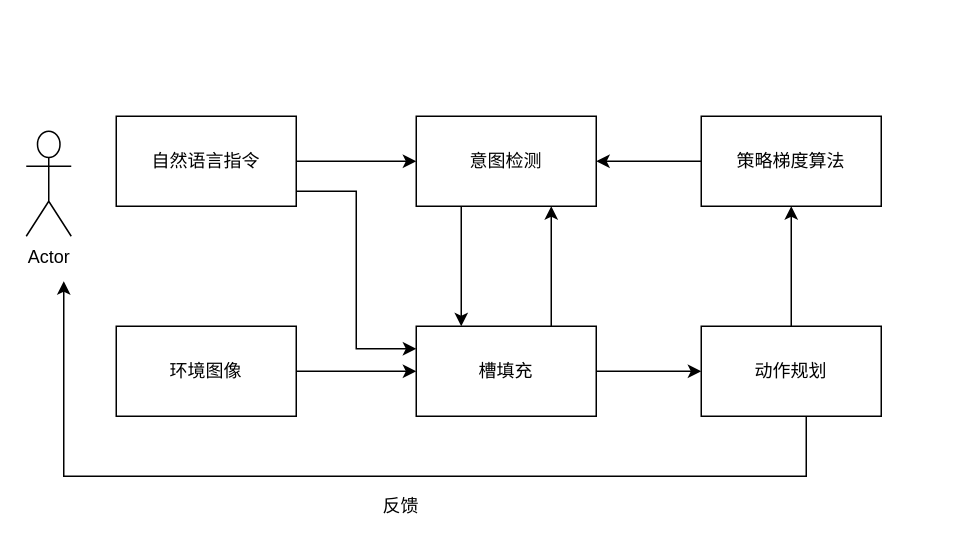
The draw.io diagram 项目流程图.drawio in jeave/-, before the edit. Source tidied: cells renumbered, new cells numbered last; positions are measured from the earlier drawing's top-left corner, leaving out a move shared by most shapes. Both pictures are drawn from the tidied source at 150%, with x=0, y=0 at pixel (26, 116).
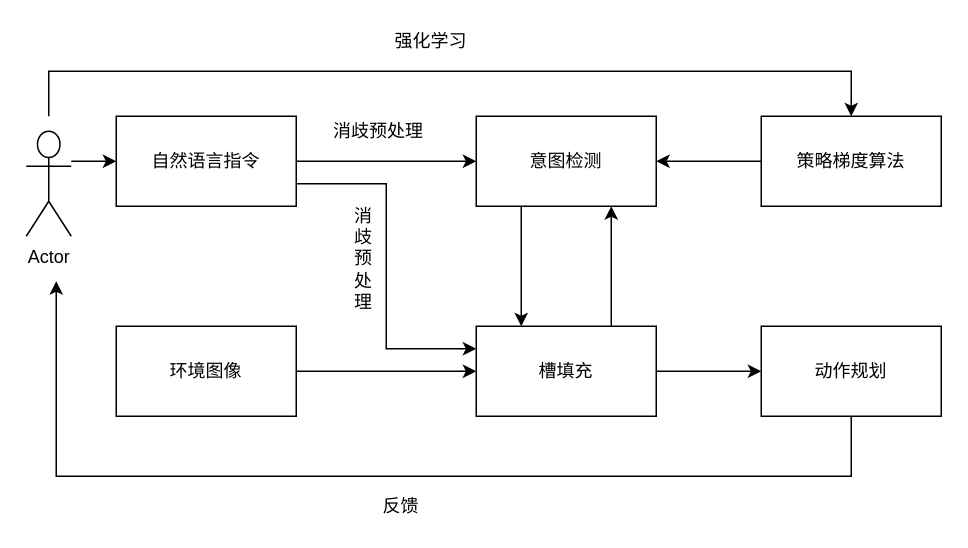
The same page after the edit.

Commit message:
更新项目流程图.drawio

The change refers to these unchanged cells:
```xml
<mxCell id="2" value="Actor" style="shape=umlActor;verticalLabelPosition=bottom;labelBackgroundColor=#ffffff;verticalAlign=top;html=1;" parent="1" vertex="1">
  <mxGeometry y="10" width="30" height="70" as="geometry" />
</mxCell>
<mxCell id="5" value="自然语言指令" style="rounded=0;whiteSpace=wrap;html=1;" parent="1" vertex="1">
  <mxGeometry x="60" width="120" height="60" as="geometry" />
</mxCell>
```

Change to the diagram source:
```diff
@@
+    <mxCell id="19" style="edgeStyle=orthogonalEdgeStyle;rounded=0;jettySize=auto;html=1;entryX=0.5;entryY=0;entryDx=0;entryDy=0;" parent="1" edge="1" target="15">
+      <mxGeometry relative="1" as="geometry">
+        <mxPoint x="15" as="sourcePoint" />
+        <Array as="points">
+          <mxPoint x="15" y="-30" />
+          <mxPoint x="550" y="-30" />
+        </Array>
+      </mxGeometry>
+    </mxCell>
+    <mxCell id="20" style="edgeStyle=orthogonalEdgeStyle;rounded=0;jettySize=auto;html=1;entryX=0;entryY=0.5;entryDx=0;entryDy=0;" parent="1" edge="1" source="2" target="5">
+      <mxGeometry relative="1" as="geometry">
+        <Array as="points">
+          <mxPoint x="30" y="30" />
+          <mxPoint x="30" y="30" />
+        </Array>
+      </mxGeometry>
+    </mxCell>
@@
-    <mxCell id="4" style="edgeStyle=orthogonalEdgeStyle;rounded=0;jettySize=auto;html=1;entryX=0;entryY=0.25;entryDx=0;entryDy=0;" parent="1" edge="1" source="5" target="10">
-      <mxGeometry relative="1" as="geometry">
-        <Array as="points">
-          <mxPoint x="220" y="50" />
-          <mxPoint x="220" y="155" />
-        </Array>
-      </mxGeometry>
+    <mxCell id="4" style="edgeStyle=orthogonalEdgeStyle;rounded=0;jettySize=auto;html=1;exitX=1;exitY=0.75;exitDx=0;exitDy=0;entryX=0;entryY=0.25;entryDx=0;entryDy=0;" parent="1" edge="1" source="5" target="10">
+      <mxGeometry relative="1" as="geometry" />
     </mxCell>
@@
     <mxCell id="6" style="edgeStyle=orthogonalEdgeStyle;rounded=0;jettySize=auto;html=1;" parent="1" edge="1" source="7" target="10">
       <mxGeometry relative="1" as="geometry">
         <Array as="points">
-          <mxPoint x="290" y="110" />
-          <mxPoint x="290" y="110" />
+          <mxPoint x="330" y="110" />
+          <mxPoint x="330" y="110" />
         </Array>
       </mxGeometry>
     </mxCell>
     <mxCell id="7" value="意图检测" style="rounded=0;whiteSpace=wrap;html=1;" parent="1" vertex="1">
-      <mxGeometry x="260" width="120" height="60" as="geometry" />
+      <mxGeometry x="300" width="120" height="60" as="geometry" />
     </mxCell>
     <mxCell id="8" style="edgeStyle=orthogonalEdgeStyle;rounded=0;jettySize=auto;html=1;" parent="1" edge="1" source="10" target="7">
       <mxGeometry relative="1" as="geometry">
         <Array as="points">
-          <mxPoint x="350" y="100" />
-          <mxPoint x="350" y="100" />
+          <mxPoint x="390" y="100" />
+          <mxPoint x="390" y="100" />
         </Array>
       </mxGeometry>
     </mxCell>
@@
     <mxCell id="10" value="槽填充" style="rounded=0;whiteSpace=wrap;html=1;" parent="1" vertex="1">
-      <mxGeometry x="260" y="140" width="120" height="60" as="geometry" />
+      <mxGeometry x="300" y="140" width="120" height="60" as="geometry" />
     </mxCell>
-    <mxCell id="11" style="edgeStyle=orthogonalEdgeStyle;rounded=0;jettySize=auto;html=1;" parent="1" edge="1" source="13">
-      <mxGeometry relative="1" as="geometry">
-        <mxPoint x="25" y="110" as="targetPoint" />
-        <Array as="points">
-          <mxPoint x="520" y="240" />
-          <mxPoint x="25" y="240" />
-        </Array>
-      </mxGeometry>
-    </mxCell>
-    <mxCell id="12" style="edgeStyle=orthogonalEdgeStyle;rounded=0;jettySize=auto;html=1;" parent="1" edge="1" source="13" target="15">
-      <mxGeometry relative="1" as="geometry" />
-    </mxCell>
+    <mxCell id="21" style="edgeStyle=orthogonalEdgeStyle;rounded=0;jettySize=auto;html=1;" parent="1" edge="1" source="13">
+      <mxGeometry relative="1" as="geometry">
+        <mxPoint x="20" y="110" as="targetPoint" />
+        <Array as="points">
+          <mxPoint x="550" y="240" />
+          <mxPoint x="20" y="240" />
+        </Array>
+      </mxGeometry>
+    </mxCell>
     <mxCell id="13" value="动作规划" style="rounded=0;whiteSpace=wrap;html=1;" parent="1" vertex="1">
-      <mxGeometry x="450" y="140" width="120" height="60" as="geometry" />
+      <mxGeometry x="490" y="140" width="120" height="60" as="geometry" />
     </mxCell>
@@
     <mxCell id="15" value="策略梯度算法" style="rounded=0;whiteSpace=wrap;html=1;" parent="1" vertex="1">
-      <mxGeometry x="450" width="120" height="60" as="geometry" />
+      <mxGeometry x="490" width="120" height="60" as="geometry" />
     </mxCell>
@@
+    <mxCell id="22" value="强化学习&lt;br&gt;" style="text;html=1;strokeColor=none;fillColor=none;align=center;verticalAlign=middle;whiteSpace=wrap;rounded=0;" parent="1" vertex="1">
+      <mxGeometry x="220" y="-60" width="100" height="20" as="geometry" />
+    </mxCell>
+    <mxCell id="23" value="消歧预处理" style="text;html=1;strokeColor=none;fillColor=none;align=center;verticalAlign=middle;whiteSpace=wrap;rounded=0;" parent="1" vertex="1">
+      <mxGeometry x="200" width="70" height="20" as="geometry" />
+    </mxCell>
+    <mxCell id="24" value="消歧预处理" style="text;html=1;strokeColor=none;fillColor=none;align=center;verticalAlign=middle;whiteSpace=wrap;rounded=0;" parent="1" vertex="1">
+      <mxGeometry x="220" y="40" width="10" height="110" as="geometry" />
+    </mxCell>
```
